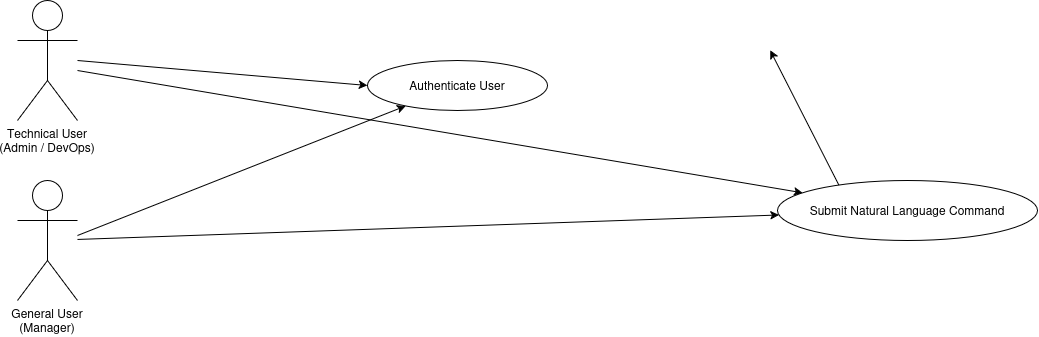
Earlier version of the draw.io export 2_UML/uml_diagram.png (iampruh887/CS331). Source tidied: cells renumbered, new cells last; positions are measured from the earlier drawing's top-left corner, leaving out a move shared by most shapes.
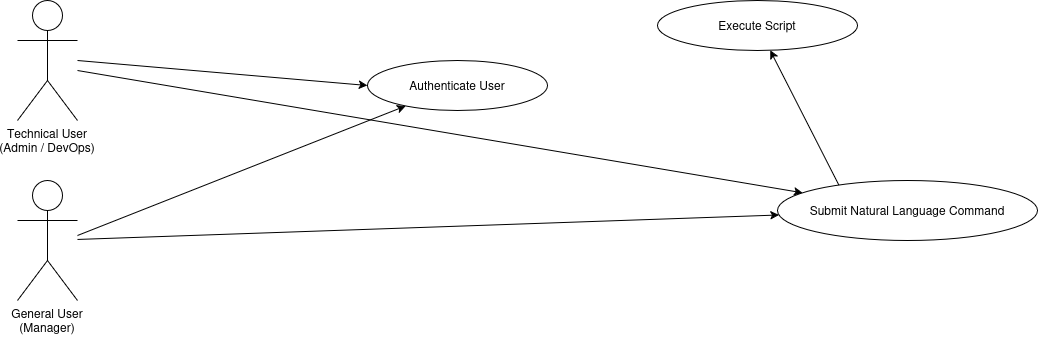
After the commit.

What changed in the source:
```diff
@@ -26,10 +26,8 @@
         <mxPoint x="60" y="60" as="sourcePoint" />
       </mxGeometry>
     </mxCell>
-    <mxCell id="8" style="exitX=0.335;exitY=0.917;exitDx=0;exitDy=0;exitPerimeter=0;" parent="1" edge="1" source="10">
-      <mxGeometry relative="1" as="geometry">
-        <mxPoint x="752.6" y="49.8" as="targetPoint" />
-      </mxGeometry>
+    <mxCell id="8" style="exitX=0.335;exitY=0.917;exitDx=0;exitDy=0;exitPerimeter=0;" parent="1" edge="1" source="10" target="11">
+      <mxGeometry relative="1" as="geometry" />
     </mxCell>
     <mxCell id="9" value="Authenticate User" style="ellipse;whiteSpace=wrap;html=1;" parent="1" vertex="1">
       <mxGeometry x="350" y="60" width="180" height="50" as="geometry" />
@@ -37,5 +35,8 @@
     <mxCell id="10" value="Submit Natural Language Command" style="ellipse;whiteSpace=wrap;html=1;" parent="1" vertex="1">
       <mxGeometry x="760" y="180" width="260" height="60" as="geometry" />
     </mxCell>
+    <mxCell id="11" value="Execute Script" style="ellipse;whiteSpace=wrap;html=1;" parent="1" vertex="1">
+      <mxGeometry x="640" width="200" height="50" as="geometry" />
+    </mxCell>
   </root>
 </mxGraphModel>
```
